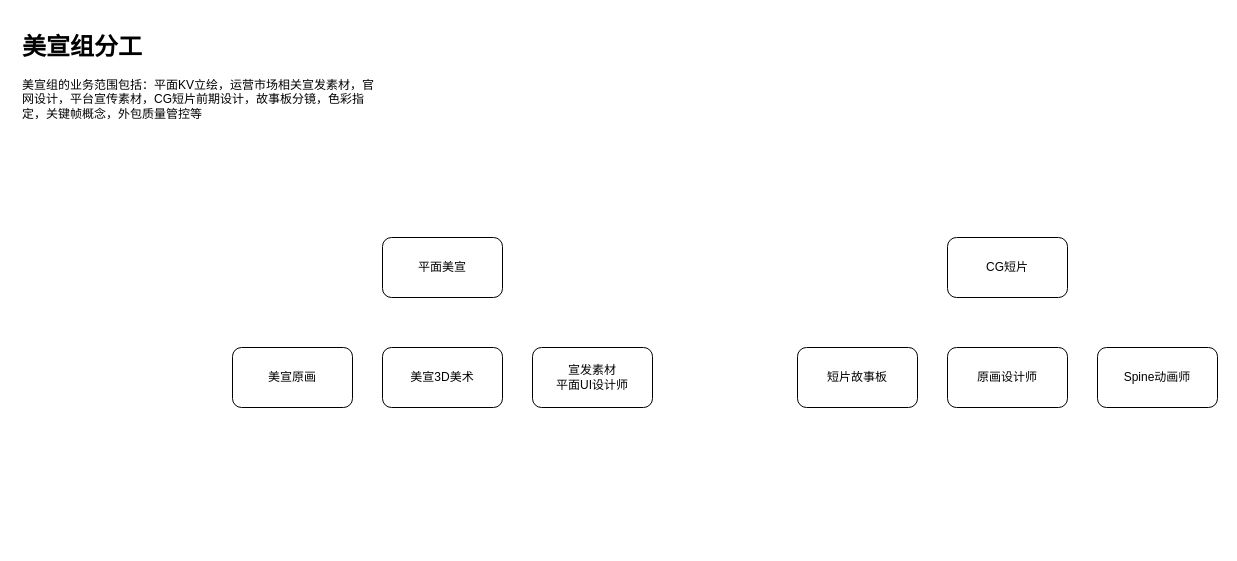
The draw.io diagram page "CGTeamOrgChart" (1 of 2) of Untitled Diagram.drawio in aaronfang/personal_scripts, before the edit. Source tidied: cells renumbered, new cells numbered last; positions are measured from the earlier drawing's top-left corner, leaving out a move shared by most shapes. Both pictures are drawn from the tidied source at 100%, with x=0, y=0 at pixel (17, 27).
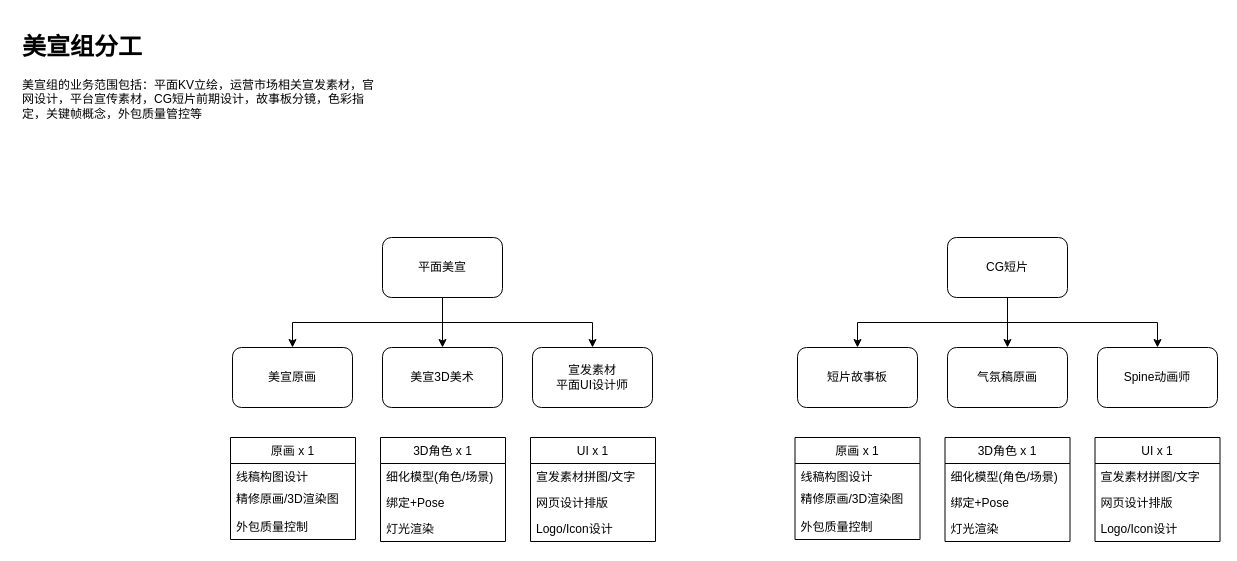
The same diagram, later.

The change refers to these unchanged cells:
```xml
<mxCell id="2" value="平面美宣" style="rounded=1;whiteSpace=wrap;html=1;" parent="1" vertex="1">
  <mxGeometry x="365" y="210" width="120" height="60" as="geometry" />
</mxCell>
<mxCell id="3" value="美宣原画" style="rounded=1;whiteSpace=wrap;html=1;" parent="1" vertex="1">
  <mxGeometry x="215" y="320" width="120" height="60" as="geometry" />
</mxCell>
<mxCell id="4" value="美宣3D美术" style="rounded=1;whiteSpace=wrap;html=1;" parent="1" vertex="1">
  <mxGeometry x="365" y="320" width="120" height="60" as="geometry" />
</mxCell>
<mxCell id="5" value="宣发素材&lt;br&gt;平面UI设计师" style="rounded=1;whiteSpace=wrap;html=1;" parent="1" vertex="1">
  <mxGeometry x="515" y="320" width="120" height="60" as="geometry" />
</mxCell>
<mxCell id="6" value="短片故事板" style="rounded=1;whiteSpace=wrap;html=1;" parent="1" vertex="1">
  <mxGeometry x="780" y="320" width="120" height="60" as="geometry" />
</mxCell>
<mxCell id="7" value="CG短片" style="rounded=1;whiteSpace=wrap;html=1;" parent="1" vertex="1">
  <mxGeometry x="930" y="210" width="120" height="60" as="geometry" />
</mxCell>
<mxCell id="10" value="Spine动画师" style="rounded=1;whiteSpace=wrap;html=1;" parent="1" vertex="1">
  <mxGeometry x="1080" y="320" width="120" height="60" as="geometry" />
</mxCell>
```

Change to the diagram source:
```diff
@@
+    <mxCell id="11" style="edgeStyle=orthogonalEdgeStyle;rounded=0;jettySize=auto;html=1;exitX=0.5;exitY=1;exitDx=0;exitDy=0;entryX=0.5;entryY=0;entryDx=0;entryDy=0;" parent="1" edge="1" source="2" target="3">
+      <mxGeometry relative="1" as="geometry" />
+    </mxCell>
+    <mxCell id="12" style="edgeStyle=orthogonalEdgeStyle;rounded=0;jettySize=auto;html=1;exitX=0.5;exitY=1;exitDx=0;exitDy=0;" parent="1" edge="1" source="2" target="4">
+      <mxGeometry relative="1" as="geometry" />
+    </mxCell>
+    <mxCell id="13" style="edgeStyle=orthogonalEdgeStyle;rounded=0;jettySize=auto;html=1;exitX=0.5;exitY=1;exitDx=0;exitDy=0;entryX=0.5;entryY=0;entryDx=0;entryDy=0;" parent="1" edge="1" source="2" target="5">
+      <mxGeometry relative="1" as="geometry" />
+    </mxCell>
@@
+    <mxCell id="14" style="edgeStyle=orthogonalEdgeStyle;rounded=0;jettySize=auto;html=1;exitX=0.5;exitY=1;exitDx=0;exitDy=0;entryX=0.5;entryY=0;entryDx=0;entryDy=0;" parent="1" edge="1" source="7" target="6">
+      <mxGeometry relative="1" as="geometry" />
+    </mxCell>
+    <mxCell id="15" style="edgeStyle=orthogonalEdgeStyle;rounded=0;jettySize=auto;html=1;exitX=0.5;exitY=1;exitDx=0;exitDy=0;" parent="1" edge="1" source="7" target="8">
+      <mxGeometry relative="1" as="geometry" />
+    </mxCell>
+    <mxCell id="16" style="edgeStyle=orthogonalEdgeStyle;rounded=0;jettySize=auto;html=1;exitX=0.5;exitY=1;exitDx=0;exitDy=0;" parent="1" edge="1" source="7" target="10">
+      <mxGeometry relative="1" as="geometry" />
+    </mxCell>
@@
-    <mxCell id="8" value="原画设计师" style="rounded=1;whiteSpace=wrap;html=1;" parent="1" vertex="1">
+    <mxCell id="8" value="气氛稿原画" style="rounded=1;whiteSpace=wrap;html=1;" parent="1" vertex="1">
       <mxGeometry x="930" y="320" width="120" height="60" as="geometry" />
     </mxCell>
@@
+    <mxCell id="17" value="原画 x 1" style="swimlane;fontStyle=0;horizontal=1;startSize=26;fillColor=none;" parent="1" vertex="1">
+      <mxGeometry x="213" y="410" width="125" height="102" as="geometry" />
+    </mxCell>
+    <mxCell id="18" value="线稿构图设计" style="text;strokeColor=none;fillColor=none;align=left;verticalAlign=top;spacingLeft=4;spacingRight=4;overflow=hidden;" parent="17" vertex="1">
+      <mxGeometry y="26" width="125" height="22" as="geometry" />
+    </mxCell>
+    <mxCell id="19" value="精修原画/3D渲染图" style="text;strokeColor=none;fillColor=none;align=left;verticalAlign=top;spacingLeft=4;spacingRight=4;overflow=hidden;" parent="17" vertex="1">
+      <mxGeometry y="48" width="125" height="28" as="geometry" />
+    </mxCell>
+    <mxCell id="20" value="外包质量控制" style="text;strokeColor=none;fillColor=none;align=left;verticalAlign=top;spacingLeft=4;spacingRight=4;overflow=hidden;" parent="17" vertex="1">
+      <mxGeometry y="76" width="125" height="26" as="geometry" />
+    </mxCell>
+    <mxCell id="21" value="3D角色 x 1" style="swimlane;fontStyle=0;horizontal=1;startSize=26;fillColor=none;" parent="1" vertex="1">
+      <mxGeometry x="363" y="410" width="125" height="104" as="geometry" />
+    </mxCell>
+    <mxCell id="22" value="细化模型(角色/场景)" style="text;strokeColor=none;fillColor=none;align=left;verticalAlign=top;spacingLeft=4;spacingRight=4;overflow=hidden;" parent="21" vertex="1">
+      <mxGeometry y="26" width="125" height="26" as="geometry" />
+    </mxCell>
+    <mxCell id="23" value="绑定+Pose" style="text;strokeColor=none;fillColor=none;align=left;verticalAlign=top;spacingLeft=4;spacingRight=4;overflow=hidden;" parent="21" vertex="1">
+      <mxGeometry y="52" width="125" height="26" as="geometry" />
+    </mxCell>
+    <mxCell id="24" value="灯光渲染" style="text;strokeColor=none;fillColor=none;align=left;verticalAlign=top;spacingLeft=4;spacingRight=4;overflow=hidden;" parent="21" vertex="1">
+      <mxGeometry y="78" width="125" height="26" as="geometry" />
+    </mxCell>
+    <mxCell id="25" value="UI x 1" style="swimlane;fontStyle=0;horizontal=1;startSize=26;fillColor=none;" parent="1" vertex="1">
+      <mxGeometry x="513" y="410" width="125" height="104" as="geometry" />
+    </mxCell>
+    <mxCell id="26" value="宣发素材拼图/文字" style="text;strokeColor=none;fillColor=none;align=left;verticalAlign=top;spacingLeft=4;spacingRight=4;overflow=hidden;" parent="25" vertex="1">
+      <mxGeometry y="26" width="125" height="26" as="geometry" />
+    </mxCell>
+    <mxCell id="27" value="网页设计排版" style="text;strokeColor=none;fillColor=none;align=left;verticalAlign=top;spacingLeft=4;spacingRight=4;overflow=hidden;" parent="25" vertex="1">
+      <mxGeometry y="52" width="125" height="26" as="geometry" />
+    </mxCell>
+    <mxCell id="28" value="Logo/Icon设计" style="text;strokeColor=none;fillColor=none;align=left;verticalAlign=top;spacingLeft=4;spacingRight=4;overflow=hidden;" parent="25" vertex="1">
+      <mxGeometry y="78" width="125" height="26" as="geometry" />
+    </mxCell>
+    <mxCell id="29" value="原画 x 1" style="swimlane;fontStyle=0;horizontal=1;startSize=26;fillColor=none;" parent="1" vertex="1">
+      <mxGeometry x="777.5" y="410" width="125" height="102" as="geometry" />
+    </mxCell>
+    <mxCell id="30" value="线稿构图设计" style="text;strokeColor=none;fillColor=none;align=left;verticalAlign=top;spacingLeft=4;spacingRight=4;overflow=hidden;" parent="29" vertex="1">
+      <mxGeometry y="26" width="125" height="22" as="geometry" />
+    </mxCell>
+    <mxCell id="31" value="精修原画/3D渲染图" style="text;strokeColor=none;fillColor=none;align=left;verticalAlign=top;spacingLeft=4;spacingRight=4;overflow=hidden;" parent="29" vertex="1">
+      <mxGeometry y="48" width="125" height="28" as="geometry" />
+    </mxCell>
+    <mxCell id="32" value="外包质量控制" style="text;strokeColor=none;fillColor=none;align=left;verticalAlign=top;spacingLeft=4;spacingRight=4;overflow=hidden;" parent="29" vertex="1">
+      <mxGeometry y="76" width="125" height="26" as="geometry" />
+    </mxCell>
+    <mxCell id="33" value="3D角色 x 1" style="swimlane;fontStyle=0;horizontal=1;startSize=26;fillColor=none;" parent="1" vertex="1">
+      <mxGeometry x="927.5" y="410" width="125" height="104" as="geometry" />
+    </mxCell>
+    <mxCell id="34" value="细化模型(角色/场景)" style="text;strokeColor=none;fillColor=none;align=left;verticalAlign=top;spacingLeft=4;spacingRight=4;overflow=hidden;" parent="33" vertex="1">
+      <mxGeometry y="26" width="125" height="26" as="geometry" />
+    </mxCell>
+    <mxCell id="35" value="绑定+Pose" style="text;strokeColor=none;fillColor=none;align=left;verticalAlign=top;spacingLeft=4;spacingRight=4;overflow=hidden;" parent="33" vertex="1">
+      <mxGeometry y="52" width="125" height="26" as="geometry" />
+    </mxCell>
+    <mxCell id="36" value="灯光渲染" style="text;strokeColor=none;fillColor=none;align=left;verticalAlign=top;spacingLeft=4;spacingRight=4;overflow=hidden;" parent="33" vertex="1">
+      <mxGeometry y="78" width="125" height="26" as="geometry" />
+    </mxCell>
+    <mxCell id="37" value="UI x 1" style="swimlane;fontStyle=0;horizontal=1;startSize=26;fillColor=none;" parent="1" vertex="1">
+      <mxGeometry x="1077.5" y="410" width="125" height="104" as="geometry" />
+    </mxCell>
+    <mxCell id="38" value="宣发素材拼图/文字" style="text;strokeColor=none;fillColor=none;align=left;verticalAlign=top;spacingLeft=4;spacingRight=4;overflow=hidden;" parent="37" vertex="1">
+      <mxGeometry y="26" width="125" height="26" as="geometry" />
+    </mxCell>
+    <mxCell id="39" value="网页设计排版" style="text;strokeColor=none;fillColor=none;align=left;verticalAlign=top;spacingLeft=4;spacingRight=4;overflow=hidden;" parent="37" vertex="1">
+      <mxGeometry y="52" width="125" height="26" as="geometry" />
+    </mxCell>
+    <mxCell id="40" value="Logo/Icon设计" style="text;strokeColor=none;fillColor=none;align=left;verticalAlign=top;spacingLeft=4;spacingRight=4;overflow=hidden;" parent="37" vertex="1">
+      <mxGeometry y="78" width="125" height="26" as="geometry" />
+    </mxCell>
```
